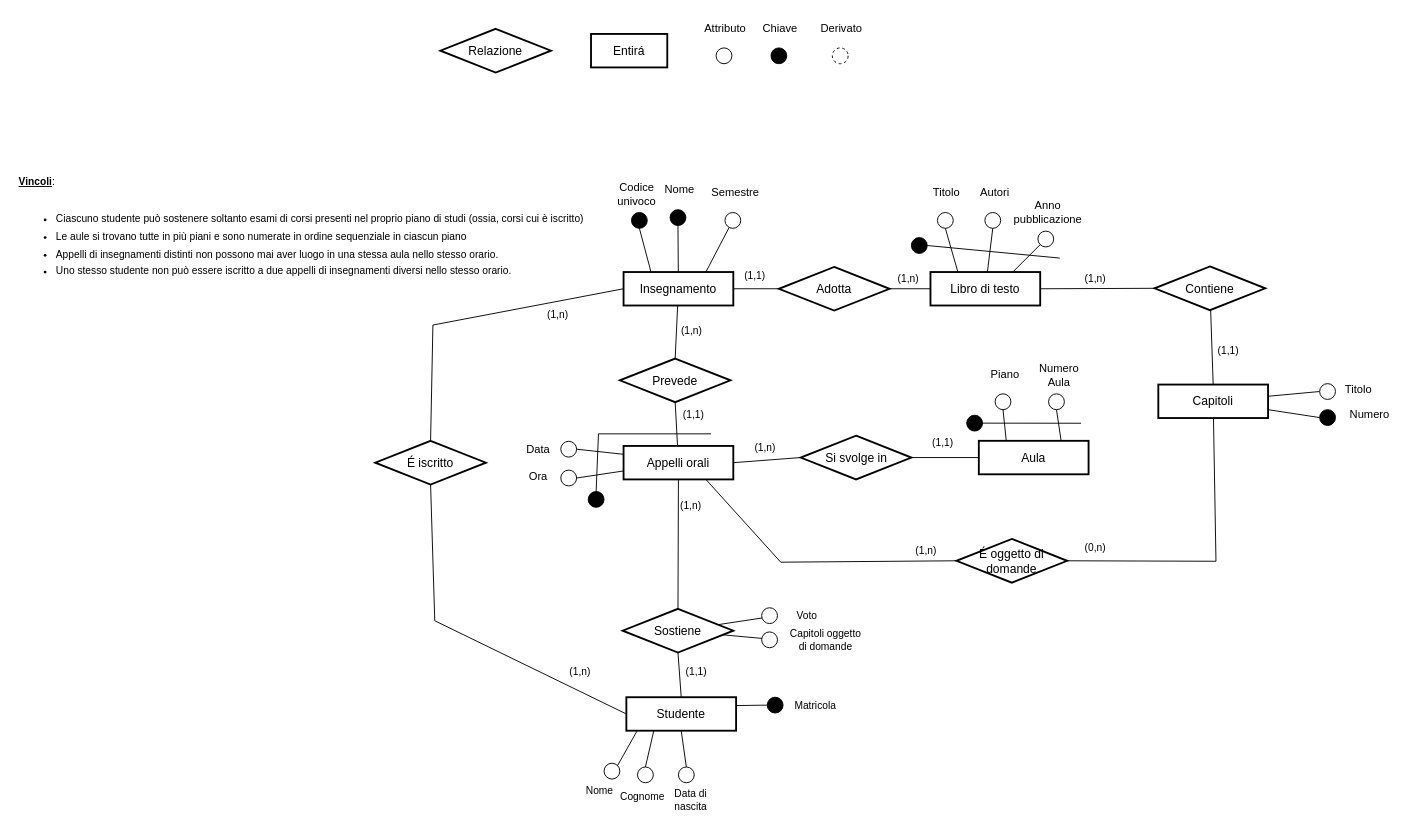
6eero/Bachelor keeps this draw.io diagram as page "Studenti" (3 of 3) of Database-and-Laboratory/ER/esame_19_06_2018.drawio. Above is the earlier version. Source tidied: cells renumbered, new cells numbered last; positions are measured from the earlier drawing's top-left corner, leaving out a move shared by most shapes. Both pictures are drawn from the tidied source at 93%, with x=0, y=0 at pixel (16, 16).
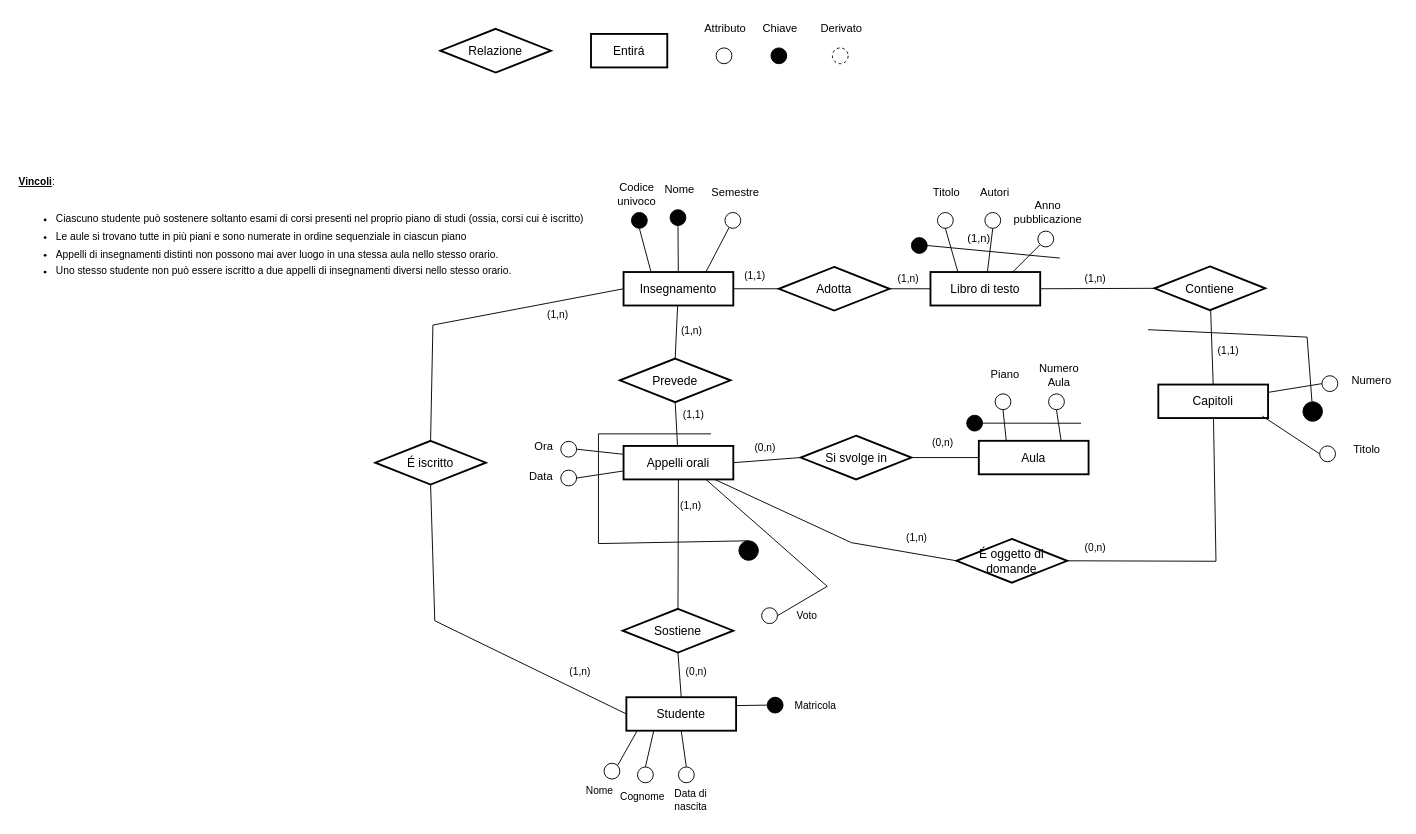
The same diagram, later.

Unchanged cells that the change refers to:
```xml
<mxCell id="44" value="Appelli orali" style="strokeWidth=2;whiteSpace=wrap;html=1;align=center;fontSize=13;fontFamily=Helvetica;rounded=0;" parent="1" vertex="1">
  <mxGeometry x="653" y="462" width="118" height="36" as="geometry" />
</mxCell>
<mxCell id="78" value="Sostiene" style="shape=rhombus;strokeWidth=2;fontSize=13;perimeter=rhombusPerimeter;whiteSpace=wrap;html=1;align=center;rounded=0;" parent="1" vertex="1">
  <mxGeometry x="652" y="637.2" width="119" height="47" as="geometry" />
</mxCell>
<mxCell id="84" style="ellipse;whiteSpace=wrap;html=1;fontSize=10;fontColor=default;fontStyle=0;rounded=0;" parent="1" vertex="1">
  <mxGeometry x="801.5" y="636" width="17" height="17" as="geometry" />
</mxCell>
<mxCell id="108" value="Capitoli" style="strokeWidth=2;whiteSpace=wrap;html=1;align=center;fontSize=13;fontFamily=Helvetica;rounded=0;" parent="1" vertex="1">
  <mxGeometry x="1228" y="396" width="118" height="36" as="geometry" />
</mxCell>
<mxCell id="119" value="&lt;div&gt;É oggetto di&lt;/div&gt;&lt;div&gt;domande&lt;br&gt;&lt;/div&gt;" style="shape=rhombus;strokeWidth=2;fontSize=13;perimeter=rhombusPerimeter;whiteSpace=wrap;html=1;align=center;rounded=0;" parent="1" vertex="1">
  <mxGeometry x="1011" y="562" width="119" height="47" as="geometry" />
</mxCell>
```

Change to the diagram source:
```diff
@@
     <mxCell id="53" value="Data" style="text;html=1;align=center;verticalAlign=middle;strokeColor=none;fillColor=none;rounded=0;" parent="1" vertex="1">
-      <mxGeometry x="539" y="452.5" width="44" height="26" as="geometry" />
+      <mxGeometry x="541.5" y="482" width="44" height="26" as="geometry" />
     </mxCell>
@@
     <mxCell id="56" value="Ora" style="text;html=1;align=center;verticalAlign=middle;strokeColor=none;fillColor=none;rounded=0;" parent="1" vertex="1">
-      <mxGeometry x="542" y="482" width="38" height="26" as="geometry" />
+      <mxGeometry x="547.5" y="450" width="38" height="26" as="geometry" />
     </mxCell>
     <mxCell id="57" style="edgeStyle=none;rounded=0;jettySize=auto;html=1;exitX=0.5;exitY=0;exitDx=0;exitDy=0;strokeColor=default;align=center;verticalAlign=middle;fontFamily=Helvetica;fontSize=11;fontColor=default;labelBackgroundColor=default;endArrow=none;endFill=0;" parent="1" edge="1" source="58">
       <mxGeometry relative="1" as="geometry">
         <mxPoint x="747" y="449" as="targetPoint" />
         <Array as="points">
+          <mxPoint x="626" y="567" />
           <mxPoint x="626" y="449" />
         </Array>
       </mxGeometry>
     </mxCell>
     <mxCell id="58" style="ellipse;whiteSpace=wrap;html=1;fontSize=10;fontColor=default;fontStyle=0;fillColor=#030303;rounded=0;" parent="1" vertex="1">
-      <mxGeometry x="615" y="511" width="17" height="17" as="geometry" />
+      <mxGeometry x="777" y="564" width="21" height="21" as="geometry" />
     </mxCell>
@@
-    <mxCell id="62" value="(1,n)" style="text;html=1;align=center;verticalAlign=middle;strokeColor=none;fillColor=none;fontFamily=Helvetica;fontSize=11;fontColor=default;labelBackgroundColor=default;" parent="1" vertex="1">
+    <mxCell id="62" value="(0,n)" style="text;html=1;align=center;verticalAlign=middle;strokeColor=none;fillColor=none;fontFamily=Helvetica;fontSize=11;fontColor=default;labelBackgroundColor=default;" parent="1" vertex="1">
       <mxGeometry x="784.5" y="451" width="41" height="25" as="geometry" />
     </mxCell>
-    <mxCell id="63" value="(1,1)" style="text;html=1;align=center;verticalAlign=middle;strokeColor=none;fillColor=none;fontFamily=Helvetica;fontSize=11;fontColor=default;labelBackgroundColor=default;" parent="1" vertex="1">
+    <mxCell id="63" value="(0,n)" style="text;html=1;align=center;verticalAlign=middle;strokeColor=none;fillColor=none;fontFamily=Helvetica;fontSize=11;fontColor=default;labelBackgroundColor=default;" parent="1" vertex="1">
       <mxGeometry x="975.5" y="446" width="41" height="25" as="geometry" />
     </mxCell>
@@
-    <mxCell id="79" value="&lt;div&gt;(1,1)&lt;/div&gt;" style="text;html=1;align=center;verticalAlign=middle;strokeColor=none;fillColor=none;fontFamily=Helvetica;fontSize=11;fontColor=default;labelBackgroundColor=default;" parent="1" vertex="1">
+    <mxCell id="79" value="&lt;div&gt;(0,n)&lt;/div&gt;" style="text;html=1;align=center;verticalAlign=middle;strokeColor=none;fillColor=none;fontFamily=Helvetica;fontSize=11;fontColor=default;labelBackgroundColor=default;" parent="1" vertex="1">
       <mxGeometry x="710" y="692.2" width="41" height="25" as="geometry" />
     </mxCell>
@@
-    <mxCell id="83" style="edgeStyle=none;rounded=0;jettySize=auto;html=1;exitX=1;exitY=0.5;exitDx=0;exitDy=0;strokeColor=default;align=center;verticalAlign=middle;fontFamily=Helvetica;fontSize=11;fontColor=default;labelBackgroundColor=default;endArrow=none;endFill=0;" parent="1" edge="1" source="84" target="78">
-      <mxGeometry relative="1" as="geometry" />
+    <mxCell id="83" style="edgeStyle=none;rounded=0;jettySize=auto;html=1;exitX=1;exitY=0.5;exitDx=0;exitDy=0;strokeColor=default;align=center;verticalAlign=middle;fontFamily=Helvetica;fontSize=11;fontColor=default;labelBackgroundColor=default;endArrow=none;endFill=0;entryX=0.75;entryY=1;entryDx=0;entryDy=0;" parent="1" edge="1" source="84" target="44">
+      <mxGeometry relative="1" as="geometry">
+        <Array as="points">
+          <mxPoint x="872" y="613" />
+        </Array>
+      </mxGeometry>
     </mxCell>
@@
-    <mxCell id="86" style="edgeStyle=none;rounded=0;jettySize=auto;html=1;exitX=1;exitY=0.5;exitDx=0;exitDy=0;strokeColor=default;align=center;verticalAlign=middle;fontFamily=Helvetica;fontSize=11;fontColor=default;labelBackgroundColor=default;endArrow=none;endFill=0;" parent="1" edge="1" source="87" target="78">
-      <mxGeometry relative="1" as="geometry" />
-    </mxCell>
-    <mxCell id="87" style="ellipse;whiteSpace=wrap;html=1;fontSize=10;fontColor=default;fontStyle=0;rounded=0;" parent="1" vertex="1">
-      <mxGeometry x="801.5" y="662" width="17" height="17" as="geometry" />
-    </mxCell>
-    <mxCell id="88" value="&lt;div&gt;Capitoli oggetto&lt;/div&gt;&lt;div&gt;di domande&lt;br&gt;&lt;/div&gt;" style="text;html=1;align=center;verticalAlign=middle;strokeColor=none;fillColor=none;fontFamily=Helvetica;fontSize=11;fontColor=default;labelBackgroundColor=default;" parent="1" vertex="1">
-      <mxGeometry x="824.5" y="651.5" width="91" height="38" as="geometry" />
-    </mxCell>
@@
-    <mxCell id="111" style="edgeStyle=none;rounded=0;jettySize=auto;html=1;exitX=0;exitY=0.5;exitDx=0;exitDy=0;strokeColor=default;align=center;verticalAlign=middle;fontFamily=Helvetica;fontSize=11;fontColor=default;labelBackgroundColor=default;endArrow=none;endFill=0;" parent="1" edge="1" source="112" target="108">
+    <mxCell id="111" style="edgeStyle=none;rounded=0;jettySize=auto;html=1;exitX=0;exitY=0.5;exitDx=0;exitDy=0;strokeColor=default;align=center;verticalAlign=middle;fontFamily=Helvetica;fontSize=11;fontColor=default;labelBackgroundColor=default;endArrow=none;endFill=0;entryX=0.949;entryY=0.944;entryDx=0;entryDy=0;entryPerimeter=0;" parent="1" edge="1" source="112" target="108">
       <mxGeometry relative="1" as="geometry" />
     </mxCell>
     <mxCell id="112" style="ellipse;whiteSpace=wrap;html=1;fontSize=10;fontColor=default;fontStyle=0;rounded=0;" parent="1" vertex="1">
-      <mxGeometry x="1401.5" y="395" width="17" height="17" as="geometry" />
+      <mxGeometry x="1401.5" y="462" width="17" height="17" as="geometry" />
     </mxCell>
     <mxCell id="113" value="Titolo" style="text;html=1;align=center;verticalAlign=middle;strokeColor=none;fillColor=none;rounded=0;" parent="1" vertex="1">
-      <mxGeometry x="1418.5" y="389" width="48" height="26" as="geometry" />
+      <mxGeometry x="1428" y="453" width="48" height="26" as="geometry" />
     </mxCell>
@@
-    <mxCell id="115" style="ellipse;whiteSpace=wrap;html=1;fontSize=10;fontColor=default;fontStyle=0;rounded=0;labelBackgroundColor=none;fillColor=#000000;" parent="1" vertex="1">
-      <mxGeometry x="1401.5" y="423" width="17" height="17" as="geometry" />
+    <mxCell id="115" style="ellipse;whiteSpace=wrap;html=1;fontSize=10;fontColor=default;fontStyle=0;rounded=0;labelBackgroundColor=none;fillColor=none;" parent="1" vertex="1">
+      <mxGeometry x="1404" y="386.5" width="17" height="17" as="geometry" />
     </mxCell>
     <mxCell id="116" value="Numero" style="text;html=1;align=center;verticalAlign=middle;strokeColor=none;fillColor=none;rounded=0;" parent="1" vertex="1">
-      <mxGeometry x="1423" y="415" width="63" height="26" as="geometry" />
+      <mxGeometry x="1425.5" y="378.5" width="63" height="26" as="geometry" />
     </mxCell>
@@
-    <mxCell id="118" style="edgeStyle=none;rounded=0;jettySize=auto;html=1;exitX=0;exitY=0.5;exitDx=0;exitDy=0;strokeColor=default;align=center;verticalAlign=middle;fontFamily=Helvetica;fontSize=11;fontColor=default;labelBackgroundColor=default;endArrow=none;endFill=0;entryX=0.75;entryY=1;entryDx=0;entryDy=0;" parent="1" edge="1" source="119" target="44">
+    <mxCell id="118" style="edgeStyle=none;rounded=0;jettySize=auto;html=1;exitX=0;exitY=0.5;exitDx=0;exitDy=0;strokeColor=default;align=center;verticalAlign=middle;fontFamily=Helvetica;fontSize=11;fontColor=default;labelBackgroundColor=default;endArrow=none;endFill=0;" parent="1" edge="1" source="119" target="44">
       <mxGeometry relative="1" as="geometry">
         <Array as="points">
-          <mxPoint x="822" y="587" />
+          <mxPoint x="898" y="566" />
         </Array>
       </mxGeometry>
     </mxCell>
@@
     <mxCell id="120" value="(1,n)" style="text;html=1;align=center;verticalAlign=middle;strokeColor=none;fillColor=none;fontFamily=Helvetica;fontSize=11;fontColor=default;labelBackgroundColor=default;" parent="1" vertex="1">
-      <mxGeometry x="957" y="562" width="41" height="25" as="geometry" />
+      <mxGeometry x="947" y="548" width="41" height="25" as="geometry" />
     </mxCell>
@@
+    <mxCell id="122" value="(1,n)" style="text;html=1;align=center;verticalAlign=middle;strokeColor=none;fillColor=none;" parent="1" vertex="1">
+      <mxGeometry x="1013.5" y="226" width="43" height="26" as="geometry" />
+    </mxCell>
+    <mxCell id="123" style="edgeStyle=none;orthogonalLoop=1;jettySize=auto;html=1;rounded=0;endArrow=oval;endFill=1;strokeWidth=1;endSize=21;" parent="1" edge="1">
+      <mxGeometry relative="1" as="geometry">
+        <mxPoint x="1217" y="337" as="sourcePoint" />
+        <mxPoint x="1394" y="425" as="targetPoint" />
+        <Array as="points">
+          <mxPoint x="1388" y="345" />
+        </Array>
+      </mxGeometry>
+    </mxCell>
```
